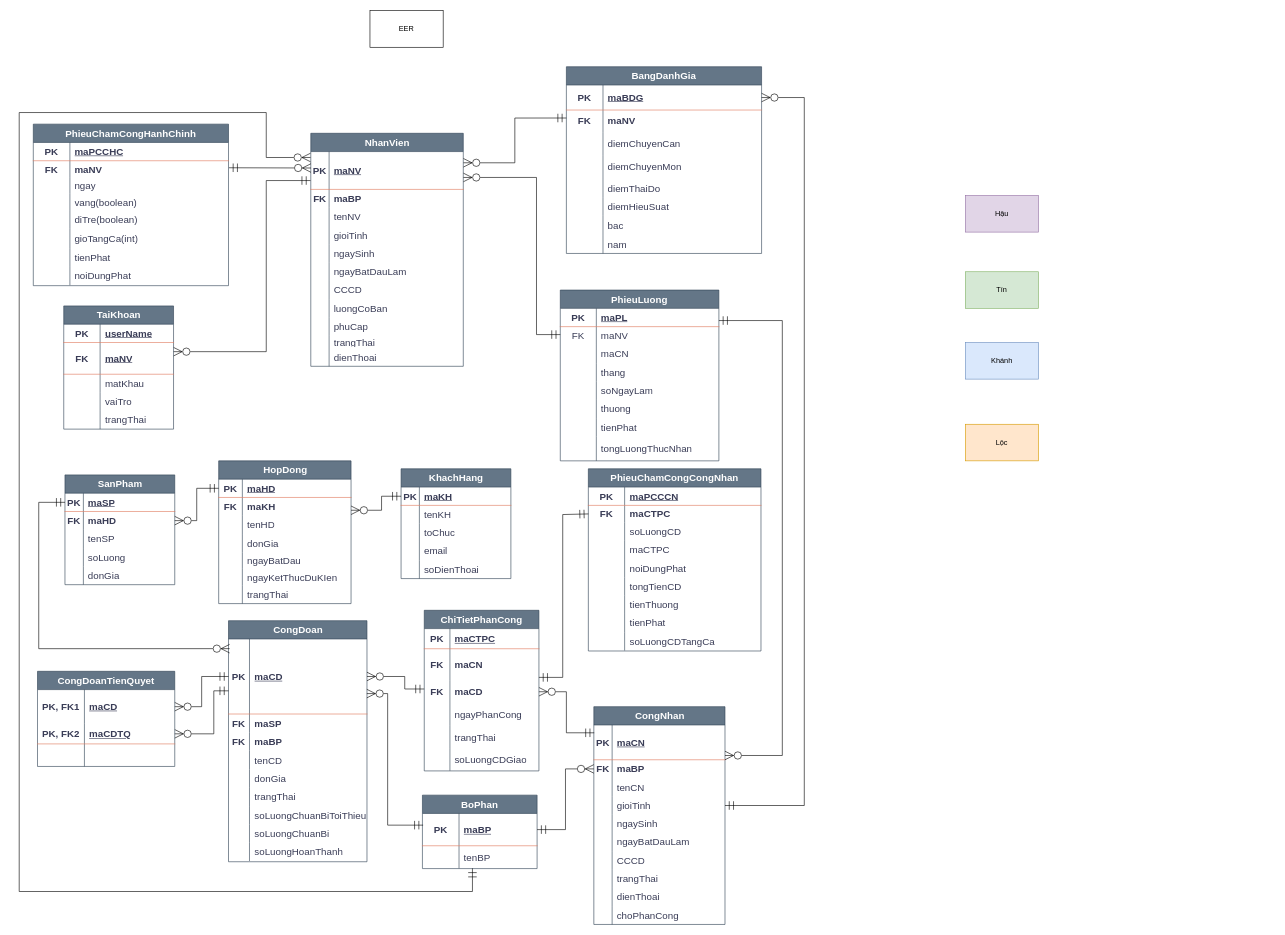
The draw.io diagram page "ERD" (1 of 3) of diagrams/diagrams.drawio in TomTom2k/-management-of-a-ceramic-processing-company, before the edit. Source tidied: cells renumbered, new cells numbered last; positions are measured from the earlier drawing's top-left corner, leaving out a move shared by most shapes. Both pictures are drawn from the tidied source at 61%, with x=0, y=0 at pixel (19, 10).
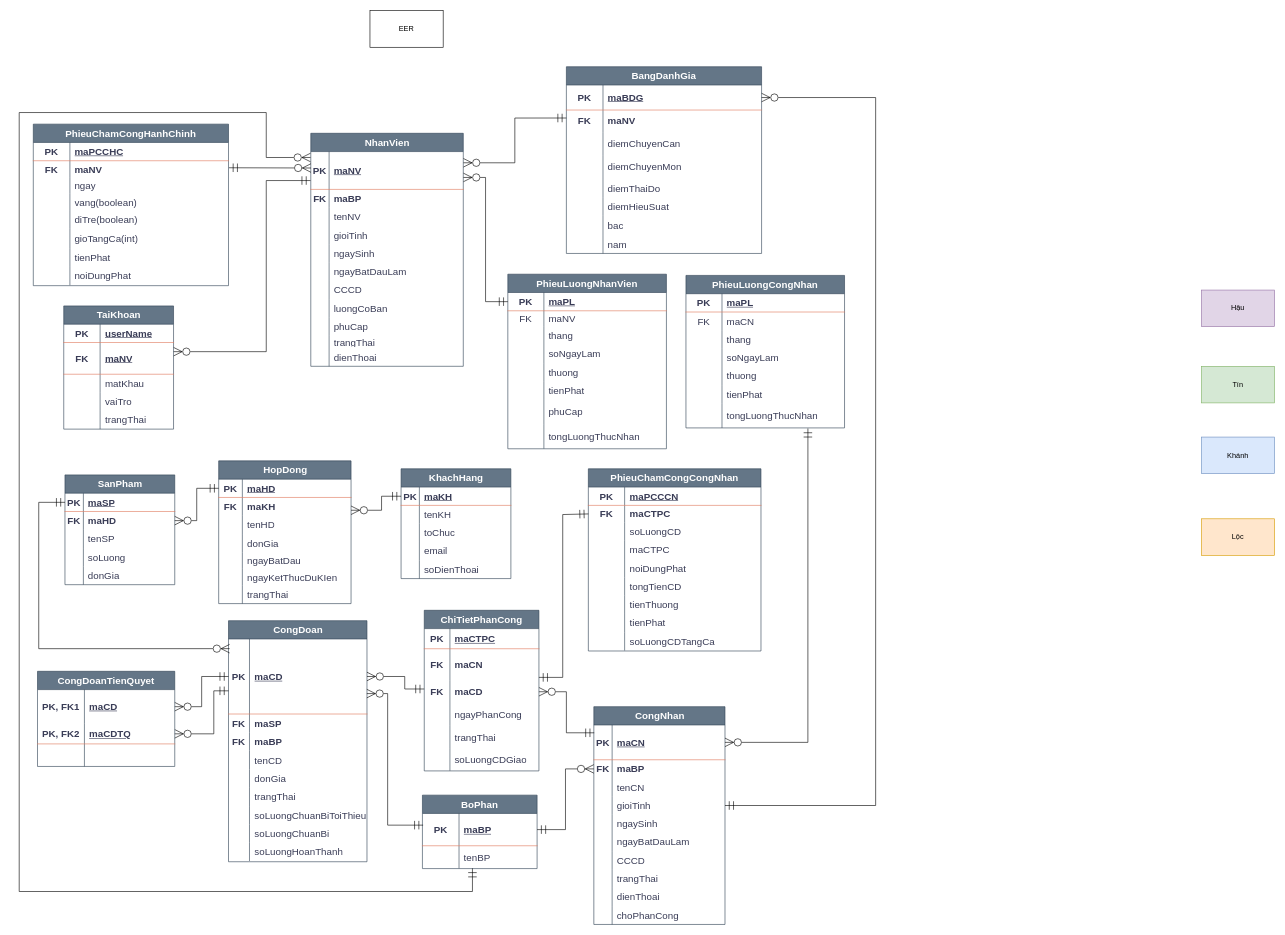
The same diagram, later.

The change refers to these unchanged cells:
```xml
<mxCell id="3" style="shape=tableRow;horizontal=0;startSize=0;swimlaneHead=0;swimlaneBody=0;fillColor=none;points=[[0,0.5],[1,0.5]];portConstraint=eastwest;top=0;left=0;right=0;bottom=1;labelBackgroundColor=none;strokeColor=#E07A5F;fontColor=#393C56;fontSize=16;" parent="2" vertex="1">
  <mxGeometry y="30" width="215" height="57" as="geometry" />
</mxCell>
<mxCell id="12" style="shape=tableRow;horizontal=0;startSize=0;swimlaneHead=0;swimlaneBody=0;fillColor=none;points=[[0,0.5],[1,0.5]];portConstraint=eastwest;top=0;left=0;right=0;bottom=0;labelBackgroundColor=none;strokeColor=#E07A5F;fontColor=#393C56;fontSize=16;" parent="2" vertex="1">
  <mxGeometry y="147" width="215" height="30" as="geometry" />
</mxCell>
<mxCell id="144" style="shape=tableRow;horizontal=0;startSize=0;swimlaneHead=0;swimlaneBody=0;fillColor=none;points=[[0,0.5],[1,0.5]];portConstraint=eastwest;top=0;left=0;right=0;bottom=1;labelBackgroundColor=none;strokeColor=#E07A5F;fontColor=#393C56;fontSize=16;" parent="143" vertex="1">
  <mxGeometry y="30" width="250" height="62" as="geometry" />
</mxCell>
<mxCell id="178" style="shape=tableRow;horizontal=0;startSize=0;swimlaneHead=0;swimlaneBody=0;fillColor=none;points=[[0,0.5],[1,0.5]];portConstraint=eastwest;top=0;left=0;right=0;bottom=1;html=1;labelBackgroundColor=none;strokeColor=#E07A5F;fontColor=#393C56;fontSize=16;" parent="177" vertex="1">
  <mxGeometry y="30" width="260" height="30" as="geometry" />
</mxCell>
<mxCell id="260" style="shape=tableRow;horizontal=0;startSize=0;swimlaneHead=0;swimlaneBody=0;fillColor=none;points=[[0,0.5],[1,0.5]];portConstraint=eastwest;top=0;left=0;right=0;bottom=1;html=1;labelBackgroundColor=none;strokeColor=#E07A5F;fontColor=#393C56;fontSize=16;" parent="259" vertex="1">
  <mxGeometry y="30" width="320" height="41" as="geometry" />
</mxCell>
```

Change to the diagram source:
```diff
@@
-    <mxCell id="177" value="PhieuLuong" style="shape=table;startSize=30;childLayout=tableLayout;rowLines=0;fontStyle=1;align=center;html=1;whiteSpace=wrap;labelBackgroundColor=none;fillColor=#647687;strokeColor=#314354;fontSize=16;fontColor=#ffffff;" parent="1" vertex="1">
-      <mxGeometry x="887" y="458" width="260" height="280" as="geometry" />
+    <mxCell id="177" value="PhieuLuongNhanVien" style="shape=table;startSize=30;childLayout=tableLayout;rowLines=0;fontStyle=1;align=center;html=1;whiteSpace=wrap;labelBackgroundColor=none;fillColor=#647687;strokeColor=#314354;fontSize=16;fontColor=#ffffff;" parent="1" vertex="1">
+      <mxGeometry x="801" y="432" width="260" height="286.2" as="geometry" />
     </mxCell>
@@
     <mxCell id="181" style="shape=tableRow;horizontal=0;startSize=0;swimlaneHead=0;swimlaneBody=0;fillColor=none;points=[[0,0.5],[1,0.5]];portConstraint=eastwest;top=0;left=0;right=0;bottom=0;html=1;labelBackgroundColor=none;strokeColor=#E07A5F;fontColor=#393C56;fontSize=16;" parent="177" vertex="1">
-      <mxGeometry y="60" width="260" height="30" as="geometry" />
+      <mxGeometry y="60" width="260" height="26" as="geometry" />
     </mxCell>
     <mxCell id="182" value="FK" style="shape=partialRectangle;fillColor=none;top=0;left=0;bottom=0;right=0;overflow=hidden;html=1;whiteSpace=wrap;labelBackgroundColor=none;strokeColor=#E07A5F;fontColor=#393C56;fontSize=16;" parent="181" vertex="1">
-      <mxGeometry width="59.1" height="30" as="geometry" />
+      <mxGeometry width="59.1" height="26" as="geometry" />
     </mxCell>
     <mxCell id="183" value="maNV" style="shape=partialRectangle;fillColor=none;top=0;left=0;bottom=0;right=0;align=left;spacingLeft=6;overflow=hidden;html=1;whiteSpace=wrap;labelBackgroundColor=none;strokeColor=#E07A5F;fontColor=#393C56;fontSize=16;" parent="181" vertex="1">
-      <mxGeometry x="59.1" width="200.9" height="30" as="geometry" />
+      <mxGeometry x="59.1" width="200.9" height="26" as="geometry" />
     </mxCell>
-    <mxCell id="184" style="shape=tableRow;horizontal=0;startSize=0;swimlaneHead=0;swimlaneBody=0;fillColor=none;top=0;left=0;right=0;bottom=0;html=1;labelBackgroundColor=none;strokeColor=#E07A5F;fontColor=#393C56;fontSize=16;" parent="177" vertex="1">
-      <mxGeometry y="90" width="260" height="30" as="geometry" />
-    </mxCell>
-    <mxCell id="185" style="shape=partialRectangle;fillColor=none;top=0;left=0;bottom=0;right=0;overflow=hidden;html=1;whiteSpace=wrap;labelBackgroundColor=none;strokeColor=#E07A5F;fontColor=#393C56;fontSize=16;" parent="184" vertex="1">
-      <mxGeometry width="59.1" height="30" as="geometry" />
-    </mxCell>
-    <mxCell id="186" value="maCN" style="shape=partialRectangle;fillColor=none;top=0;left=0;bottom=0;right=0;align=left;spacingLeft=6;overflow=hidden;html=1;whiteSpace=wrap;labelBackgroundColor=none;strokeColor=#E07A5F;fontColor=#393C56;fontSize=16;" parent="184" vertex="1">
-      <mxGeometry x="59.1" width="200.9" height="30" as="geometry" />
-    </mxCell>
     <mxCell id="187" style="shape=tableRow;horizontal=0;startSize=0;swimlaneHead=0;swimlaneBody=0;fillColor=none;top=0;left=0;right=0;bottom=0;html=1;labelBackgroundColor=none;strokeColor=#E07A5F;fontColor=#393C56;fontSize=16;" parent="177" vertex="1">
-      <mxGeometry y="120" width="260" height="30" as="geometry" />
+      <mxGeometry y="86" width="260" height="30" as="geometry" />
     </mxCell>
@@
     <mxCell id="190" style="shape=tableRow;horizontal=0;startSize=0;swimlaneHead=0;swimlaneBody=0;fillColor=none;top=0;left=0;right=0;bottom=0;html=1;labelBackgroundColor=none;strokeColor=#E07A5F;fontColor=#393C56;fontSize=16;" parent="177" vertex="1">
-      <mxGeometry y="150" width="260" height="30" as="geometry" />
+      <mxGeometry y="116" width="260" height="30" as="geometry" />
     </mxCell>
@@
     <mxCell id="193" style="shape=tableRow;horizontal=0;startSize=0;swimlaneHead=0;swimlaneBody=0;fillColor=none;top=0;left=0;right=0;bottom=0;html=1;labelBackgroundColor=none;strokeColor=#E07A5F;fontColor=#393C56;fontSize=16;" parent="177" vertex="1">
-      <mxGeometry y="180" width="260" height="30" as="geometry" />
+      <mxGeometry y="146" width="260" height="30" as="geometry" />
     </mxCell>
@@
     <mxCell id="196" style="shape=tableRow;horizontal=0;startSize=0;swimlaneHead=0;swimlaneBody=0;fillColor=none;top=0;left=0;right=0;bottom=0;html=1;labelBackgroundColor=none;strokeColor=#E07A5F;fontColor=#393C56;fontSize=16;" parent="177" vertex="1">
-      <mxGeometry y="210" width="260" height="30" as="geometry" />
+      <mxGeometry y="176" width="260" height="30" as="geometry" />
     </mxCell>
@@
     <mxCell id="199" style="shape=tableRow;horizontal=0;startSize=0;swimlaneHead=0;swimlaneBody=0;fillColor=none;top=0;left=0;right=0;bottom=0;html=1;labelBackgroundColor=none;strokeColor=#E07A5F;fontColor=#393C56;fontSize=16;" parent="177" vertex="1">
-      <mxGeometry y="240" width="260" height="40" as="geometry" />
+      <mxGeometry y="206" width="260" height="40" as="geometry" />
     </mxCell>
@@
-    <mxCell id="201" value="tongLuongThucNhan" style="shape=partialRectangle;fillColor=none;top=0;left=0;bottom=0;right=0;align=left;spacingLeft=6;overflow=hidden;html=1;whiteSpace=wrap;labelBackgroundColor=none;strokeColor=#E07A5F;fontColor=#393C56;fontSize=16;" parent="199" vertex="1">
+    <mxCell id="201" value="phuCap" style="shape=partialRectangle;fillColor=none;top=0;left=0;bottom=0;right=0;align=left;spacingLeft=6;overflow=hidden;html=1;whiteSpace=wrap;labelBackgroundColor=none;strokeColor=#E07A5F;fontColor=#393C56;fontSize=16;" parent="199" vertex="1">
       <mxGeometry x="59.1" width="200.9" height="40" as="geometry" />
     </mxCell>
+    <mxCell id="326" style="shape=tableRow;horizontal=0;startSize=0;swimlaneHead=0;swimlaneBody=0;fillColor=none;top=0;left=0;right=0;bottom=0;html=1;labelBackgroundColor=none;strokeColor=#E07A5F;fontColor=#393C56;fontSize=16;" parent="177" vertex="1">
+      <mxGeometry y="246" width="260" height="40" as="geometry" />
+    </mxCell>
+    <mxCell id="327" style="shape=partialRectangle;fillColor=none;top=0;left=0;bottom=0;right=0;overflow=hidden;html=1;whiteSpace=wrap;labelBackgroundColor=none;strokeColor=#E07A5F;fontColor=#393C56;fontSize=16;" parent="326" vertex="1">
+      <mxGeometry width="59.1" height="40" as="geometry" />
+    </mxCell>
+    <mxCell id="328" value="tongLuongThucNhan" style="shape=partialRectangle;fillColor=none;top=0;left=0;bottom=0;right=0;align=left;spacingLeft=6;overflow=hidden;html=1;whiteSpace=wrap;labelBackgroundColor=none;strokeColor=#E07A5F;fontColor=#393C56;fontSize=16;" parent="326" vertex="1">
+      <mxGeometry x="59.1" width="200.9" height="40" as="geometry" />
+    </mxCell>
@@
-    <mxCell id="223" style="edgeStyle=orthogonalEdgeStyle;rounded=0;jettySize=auto;html=1;endArrow=ERmandOne;startArrow=ERzeroToMany;startFill=0;endFill=0;labelBackgroundColor=none;strokeColor=#000000;fontColor=default;fontSize=16;endSize=12;startSize=12;exitX=1.001;exitY=0.684;exitDx=0;exitDy=0;exitPerimeter=0;" parent="1" edge="1" source="144" target="181">
-      <mxGeometry relative="1" as="geometry">
-        <Array as="points">
-          <mxPoint x="848" y="273" />
-          <mxPoint x="848" y="531" />
-        </Array>
-      </mxGeometry>
+    <mxCell id="223" style="edgeStyle=orthogonalEdgeStyle;rounded=0;jettySize=auto;html=1;endArrow=ERmandOne;startArrow=ERzeroToMany;startFill=0;endFill=0;labelBackgroundColor=none;strokeColor=#000000;fontColor=default;fontSize=16;endSize=12;startSize=12;exitX=1.001;exitY=0.684;exitDx=0;exitDy=0;exitPerimeter=0;entryX=0;entryY=0.5;entryDx=0;entryDy=0;" parent="1" edge="1" source="144" target="178">
+      <mxGeometry relative="1" as="geometry" />
     </mxCell>
-    <mxCell id="224" style="rounded=0;jettySize=auto;html=1;startArrow=ERzeroToMany;startFill=0;endArrow=ERmandOne;endFill=0;edgeStyle=orthogonalEdgeStyle;elbow=vertical;labelBackgroundColor=none;strokeColor=#000000;fontColor=default;fontSize=16;endSize=12;startSize=12;" parent="1" edge="1" source="3">
-      <mxGeometry relative="1" as="geometry">
-        <mxPoint x="1147" y="508" as="targetPoint" />
-        <Array as="points">
-          <mxPoint x="1251" y="1221" />
-          <mxPoint x="1251" y="508" />
-        </Array>
-      </mxGeometry>
+    <mxCell id="224" style="rounded=0;jettySize=auto;html=1;startArrow=ERzeroToMany;startFill=0;endArrow=ERmandOne;endFill=0;edgeStyle=orthogonalEdgeStyle;elbow=vertical;labelBackgroundColor=none;strokeColor=#000000;fontColor=default;fontSize=16;endSize=12;startSize=12;entryX=0.769;entryY=1.023;entryDx=0;entryDy=0;entryPerimeter=0;" parent="1" edge="1" source="3" target="346">
+      <mxGeometry relative="1" as="geometry" />
     </mxCell>
@@
     <mxCell id="285" style="rounded=0;jettySize=auto;html=1;startArrow=ERzeroToMany;startFill=0;endArrow=ERmandOne;endFill=0;labelBackgroundColor=none;strokeColor=#000000;fontColor=default;fontSize=16;endSize=12;startSize=12;exitX=1;exitY=0.5;exitDx=0;exitDy=0;entryX=1;entryY=0.5;entryDx=0;entryDy=0;edgeStyle=orthogonalEdgeStyle;" parent="1" edge="1" source="260" target="12">
       <mxGeometry relative="1" as="geometry">
         <Array as="points">
-          <mxPoint x="1287" y="142" />
-          <mxPoint x="1287" y="1303" />
+          <mxPoint x="1404" y="142" />
+          <mxPoint x="1404" y="1303" />
         </Array>
       </mxGeometry>
     </mxCell>
     <mxCell id="286" value="Hậu" style="rounded=0;whiteSpace=wrap;html=1;fillColor=#e1d5e7;strokeColor=#9673a6;" parent="1" vertex="1">
-      <mxGeometry x="1551" y="303" width="120" height="60" as="geometry" />
+      <mxGeometry x="1938" y="458" width="120" height="60" as="geometry" />
     </mxCell>
     <mxCell id="287" value="Tín" style="rounded=0;whiteSpace=wrap;html=1;fillColor=#d5e8d4;strokeColor=#82b366;" parent="1" vertex="1">
-      <mxGeometry x="1551" y="428" width="120" height="60" as="geometry" />
+      <mxGeometry x="1938" y="583" width="120" height="60" as="geometry" />
     </mxCell>
     <mxCell id="288" value="Khánh" style="rounded=0;whiteSpace=wrap;html=1;fillColor=#dae8fc;strokeColor=#6c8ebf;" parent="1" vertex="1">
-      <mxGeometry x="1551" y="544" width="120" height="60" as="geometry" />
+      <mxGeometry x="1938" y="699" width="120" height="60" as="geometry" />
     </mxCell>
     <mxCell id="289" value="Lộc" style="rounded=0;whiteSpace=wrap;html=1;fillColor=#ffe6cc;strokeColor=#d79b00;" parent="1" vertex="1">
-      <mxGeometry x="1551" y="678" width="120" height="60" as="geometry" />
+      <mxGeometry x="1938" y="833" width="120" height="60" as="geometry" />
     </mxCell>
@@
+    <mxCell id="329" value="PhieuLuongCongNhan" style="shape=table;startSize=30;childLayout=tableLayout;rowLines=0;fontStyle=1;align=center;html=1;whiteSpace=wrap;labelBackgroundColor=none;fillColor=#647687;strokeColor=#314354;fontSize=16;fontColor=#ffffff;" parent="1" vertex="1">
+      <mxGeometry x="1093" y="434" width="260" height="250" as="geometry" />
+    </mxCell>
+    <mxCell id="330" style="shape=tableRow;horizontal=0;startSize=0;swimlaneHead=0;swimlaneBody=0;fillColor=none;top=0;left=0;right=0;bottom=1;html=1;labelBackgroundColor=none;strokeColor=#E07A5F;fontColor=#393C56;fontSize=16;" parent="329" vertex="1">
+      <mxGeometry y="30" width="260" height="30" as="geometry" />
+    </mxCell>
+    <mxCell id="331" value="PK" style="shape=partialRectangle;fillColor=none;top=0;left=0;bottom=0;right=0;fontStyle=1;overflow=hidden;html=1;whiteSpace=wrap;labelBackgroundColor=none;strokeColor=#E07A5F;fontColor=#393C56;fontSize=16;" parent="330" vertex="1">
+      <mxGeometry width="59.1" height="30" as="geometry" />
+    </mxCell>
+    <mxCell id="332" value="maPL" style="shape=partialRectangle;fillColor=none;top=0;left=0;bottom=0;right=0;align=left;spacingLeft=6;fontStyle=5;overflow=hidden;html=1;whiteSpace=wrap;labelBackgroundColor=none;strokeColor=#E07A5F;fontColor=#393C56;fontSize=16;" parent="330" vertex="1">
+      <mxGeometry x="59.1" width="200.9" height="30" as="geometry" />
+    </mxCell>
+    <mxCell id="333" style="shape=tableRow;horizontal=0;startSize=0;swimlaneHead=0;swimlaneBody=0;fillColor=none;top=0;left=0;right=0;bottom=0;html=1;labelBackgroundColor=none;strokeColor=#E07A5F;fontColor=#393C56;fontSize=16;" parent="329" vertex="1">
+      <mxGeometry y="60" width="260" height="30" as="geometry" />
+    </mxCell>
+    <mxCell id="334" value="FK" style="shape=partialRectangle;fillColor=none;top=0;left=0;bottom=0;right=0;overflow=hidden;html=1;whiteSpace=wrap;labelBackgroundColor=none;strokeColor=#E07A5F;fontColor=#393C56;fontSize=16;" parent="333" vertex="1">
+      <mxGeometry width="59.1" height="30" as="geometry" />
+    </mxCell>
+    <mxCell id="186" value="maCN" style="shape=partialRectangle;fillColor=none;top=0;left=0;bottom=0;right=0;align=left;spacingLeft=6;overflow=hidden;html=1;whiteSpace=wrap;labelBackgroundColor=none;strokeColor=#E07A5F;fontColor=#393C56;fontSize=16;" parent="333" vertex="1">
+      <mxGeometry x="59.1" width="200.9" height="30" as="geometry" />
+    </mxCell>
+    <mxCell id="184" style="shape=tableRow;horizontal=0;startSize=0;swimlaneHead=0;swimlaneBody=0;fillColor=none;top=0;left=0;right=0;bottom=0;html=1;labelBackgroundColor=none;strokeColor=#E07A5F;fontColor=#393C56;fontSize=16;" parent="329" vertex="1">
+      <mxGeometry y="90" width="260" height="30" as="geometry" />
+    </mxCell>
+    <mxCell id="335" style="shape=partialRectangle;fillColor=none;top=0;left=0;bottom=0;right=0;overflow=hidden;html=1;whiteSpace=wrap;labelBackgroundColor=none;strokeColor=#E07A5F;fontColor=#393C56;fontSize=16;" parent="184" vertex="1">
+      <mxGeometry width="59.1" height="30" as="geometry" />
+    </mxCell>
+    <mxCell id="336" value="thang" style="shape=partialRectangle;fillColor=none;top=0;left=0;bottom=0;right=0;align=left;spacingLeft=6;overflow=hidden;html=1;whiteSpace=wrap;labelBackgroundColor=none;strokeColor=#E07A5F;fontColor=#393C56;fontSize=16;" parent="184" vertex="1">
+      <mxGeometry x="59.1" width="200.9" height="30" as="geometry" />
+    </mxCell>
+    <mxCell id="337" style="shape=tableRow;horizontal=0;startSize=0;swimlaneHead=0;swimlaneBody=0;fillColor=none;top=0;left=0;right=0;bottom=0;html=1;labelBackgroundColor=none;strokeColor=#E07A5F;fontColor=#393C56;fontSize=16;" parent="329" vertex="1">
+      <mxGeometry y="120" width="260" height="30" as="geometry" />
+    </mxCell>
+    <mxCell id="338" style="shape=partialRectangle;fillColor=none;top=0;left=0;bottom=0;right=0;overflow=hidden;html=1;whiteSpace=wrap;labelBackgroundColor=none;strokeColor=#E07A5F;fontColor=#393C56;fontSize=16;" parent="337" vertex="1">
+      <mxGeometry width="59.1" height="30" as="geometry" />
+    </mxCell>
+    <mxCell id="339" value="soNgayLam" style="shape=partialRectangle;fillColor=none;top=0;left=0;bottom=0;right=0;align=left;spacingLeft=6;overflow=hidden;html=1;whiteSpace=wrap;labelBackgroundColor=none;strokeColor=#E07A5F;fontColor=#393C56;fontSize=16;" parent="337" vertex="1">
+      <mxGeometry x="59.1" width="200.9" height="30" as="geometry" />
+    </mxCell>
+    <mxCell id="340" style="shape=tableRow;horizontal=0;startSize=0;swimlaneHead=0;swimlaneBody=0;fillColor=none;top=0;left=0;right=0;bottom=0;html=1;labelBackgroundColor=none;strokeColor=#E07A5F;fontColor=#393C56;fontSize=16;" parent="329" vertex="1">
+      <mxGeometry y="150" width="260" height="30" as="geometry" />
+    </mxCell>
+    <mxCell id="341" style="shape=partialRectangle;fillColor=none;top=0;left=0;bottom=0;right=0;overflow=hidden;html=1;whiteSpace=wrap;labelBackgroundColor=none;strokeColor=#E07A5F;fontColor=#393C56;fontSize=16;" parent="340" vertex="1">
+      <mxGeometry width="59.1" height="30" as="geometry" />
+    </mxCell>
+    <mxCell id="342" value="thuong" style="shape=partialRectangle;fillColor=none;top=0;left=0;bottom=0;right=0;align=left;spacingLeft=6;overflow=hidden;html=1;whiteSpace=wrap;labelBackgroundColor=none;strokeColor=#E07A5F;fontColor=#393C56;fontSize=16;" parent="340" vertex="1">
+      <mxGeometry x="59.1" width="200.9" height="30" as="geometry" />
+    </mxCell>
+    <mxCell id="343" style="shape=tableRow;horizontal=0;startSize=0;swimlaneHead=0;swimlaneBody=0;fillColor=none;top=0;left=0;right=0;bottom=0;html=1;labelBackgroundColor=none;strokeColor=#E07A5F;fontColor=#393C56;fontSize=16;" parent="329" vertex="1">
+      <mxGeometry y="180" width="260" height="30" as="geometry" />
+    </mxCell>
+    <mxCell id="344" style="shape=partialRectangle;fillColor=none;top=0;left=0;bottom=0;right=0;overflow=hidden;html=1;whiteSpace=wrap;labelBackgroundColor=none;strokeColor=#E07A5F;fontColor=#393C56;fontSize=16;" parent="343" vertex="1">
+      <mxGeometry width="59.1" height="30" as="geometry" />
+    </mxCell>
+    <mxCell id="345" value="tienPhat" style="shape=partialRectangle;fillColor=none;top=0;left=0;bottom=0;right=0;align=left;spacingLeft=6;overflow=hidden;html=1;whiteSpace=wrap;labelBackgroundColor=none;strokeColor=#E07A5F;fontColor=#393C56;fontSize=16;" parent="343" vertex="1">
+      <mxGeometry x="59.1" width="200.9" height="30" as="geometry" />
+    </mxCell>
+    <mxCell id="346" style="shape=tableRow;horizontal=0;startSize=0;swimlaneHead=0;swimlaneBody=0;fillColor=none;points=[[0,0.5],[1,0.5]];portConstraint=eastwest;top=0;left=0;right=0;bottom=0;html=1;labelBackgroundColor=none;strokeColor=#E07A5F;fontColor=#393C56;fontSize=16;" parent="329" vertex="1">
+      <mxGeometry y="210" width="260" height="40" as="geometry" />
+    </mxCell>
+    <mxCell id="347" style="shape=partialRectangle;fillColor=none;top=0;left=0;bottom=0;right=0;overflow=hidden;html=1;whiteSpace=wrap;labelBackgroundColor=none;strokeColor=#E07A5F;fontColor=#393C56;fontSize=16;" parent="346" vertex="1">
+      <mxGeometry width="59.1" height="40" as="geometry" />
+    </mxCell>
+    <mxCell id="348" value="tongLuongThucNhan" style="shape=partialRectangle;fillColor=none;top=0;left=0;bottom=0;right=0;align=left;spacingLeft=6;overflow=hidden;html=1;whiteSpace=wrap;labelBackgroundColor=none;strokeColor=#E07A5F;fontColor=#393C56;fontSize=16;" parent="346" vertex="1">
+      <mxGeometry x="59.1" width="200.9" height="40" as="geometry" />
+    </mxCell>
```
